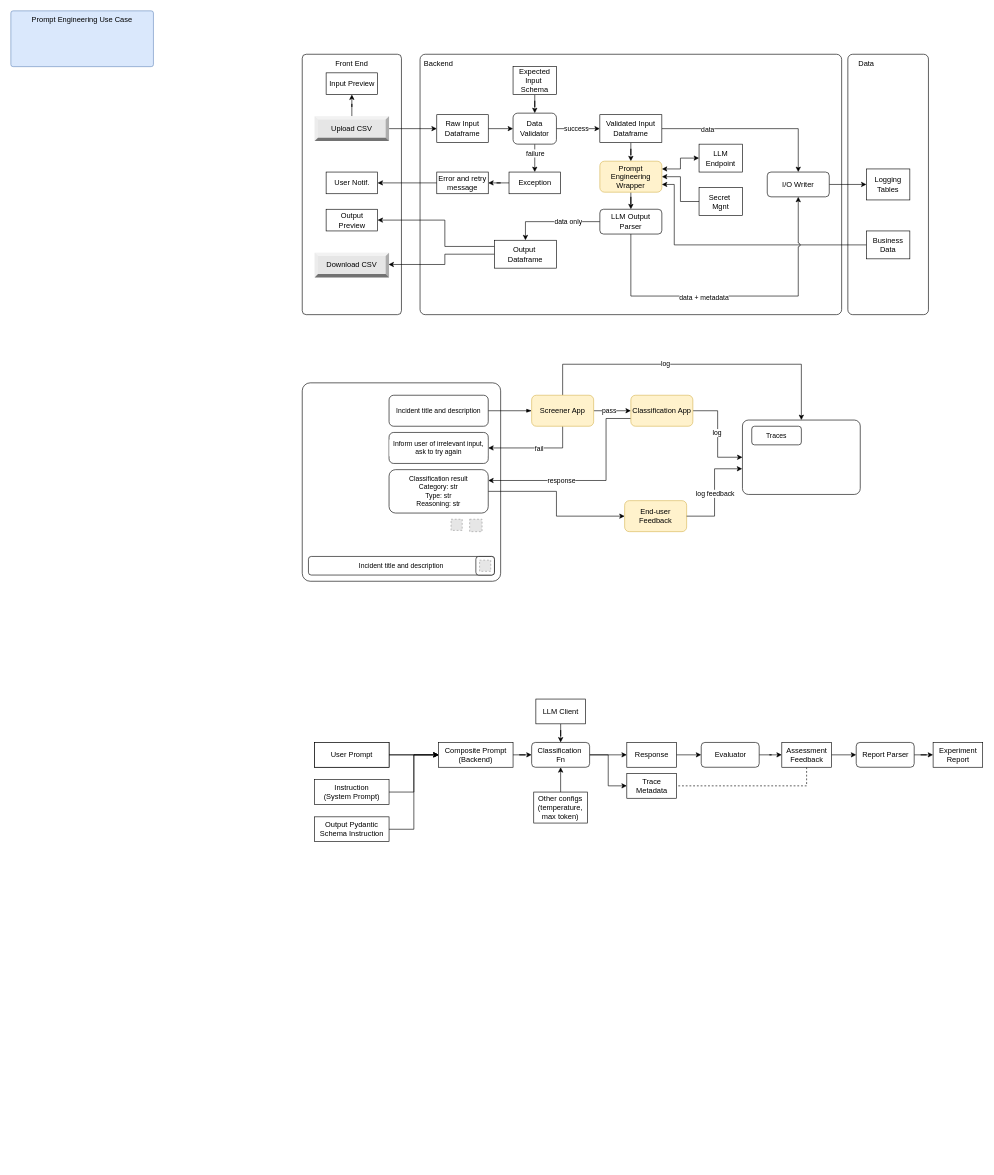
This is page "gims-classification" (1 of 2) of genai-classification.drawio from joshuavaple/draw-io, a draw.io file, before an edit. Source tidied: cells renumbered, new cells numbered last; positions are measured from the earlier drawing's top-left corner, leaving out a move shared by most shapes. Both pictures are drawn from the tidied source at 62%, with x=0, y=0 at pixel (11, 11). Pictures stored in the file or linked from it are replaced by grey dashed boxes.
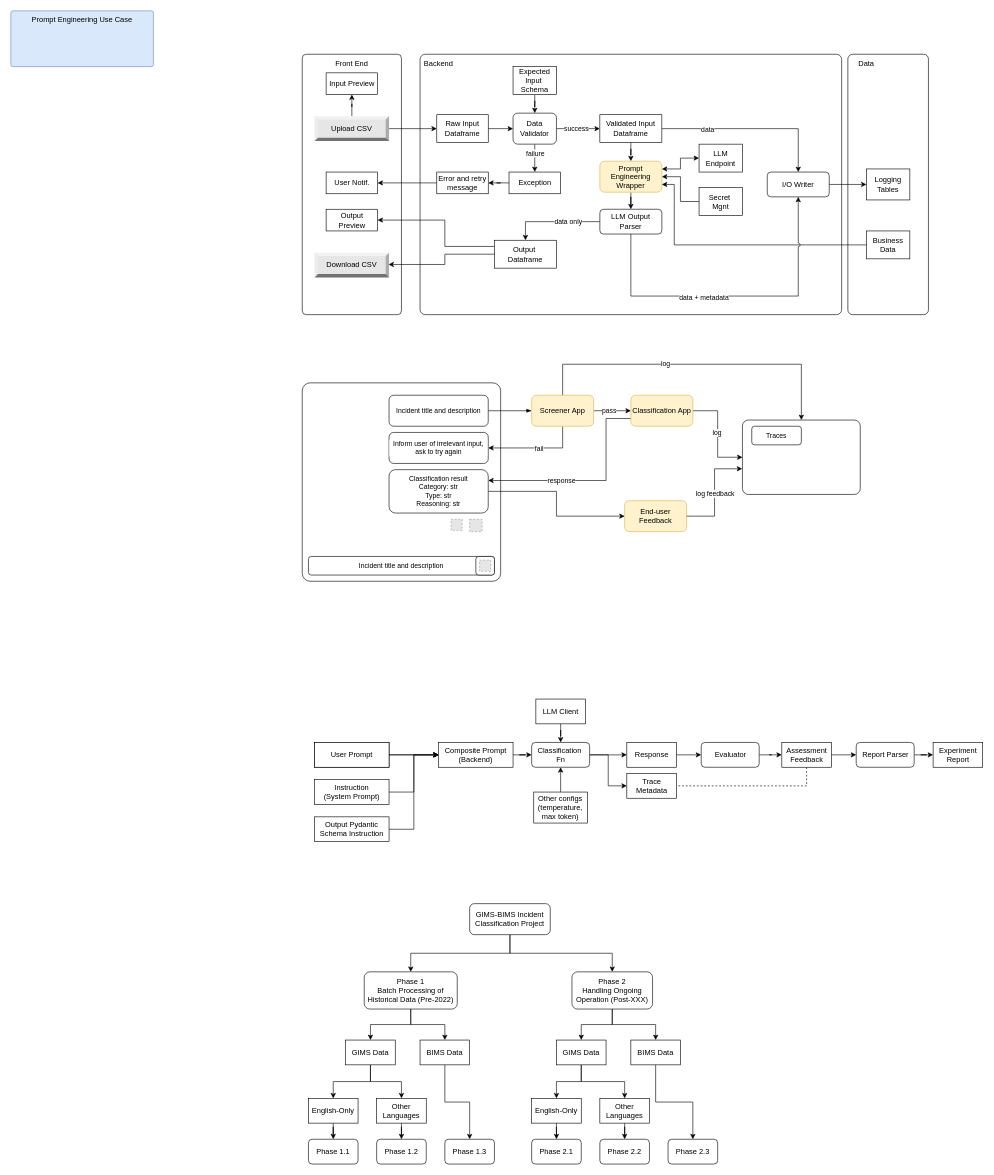
After the change.

Change to the diagram source:
```diff
@@
+    <mxCell id="108" style="edgeStyle=orthogonalEdgeStyle;rounded=0;jettySize=auto;html=1;entryX=0.5;entryY=0;entryDx=0;entryDy=0;" parent="1" edge="1" source="110" target="116">
+      <mxGeometry relative="1" as="geometry" />
+    </mxCell>
+    <mxCell id="109" style="edgeStyle=orthogonalEdgeStyle;rounded=0;jettySize=auto;html=1;" parent="1" edge="1" source="110" target="118">
+      <mxGeometry relative="1" as="geometry" />
+    </mxCell>
+    <mxCell id="110" value="GIMS Data" style="rounded=0;whiteSpace=wrap;html=1;" parent="1" vertex="1">
+      <mxGeometry x="540" y="1660" width="80" height="40" as="geometry" />
+    </mxCell>
+    <mxCell id="111" style="edgeStyle=orthogonalEdgeStyle;rounded=0;jettySize=auto;html=1;entryX=0.5;entryY=0;entryDx=0;entryDy=0;exitX=0.5;exitY=1;exitDx=0;exitDy=0;" parent="1" edge="1" source="138" target="110">
+      <mxGeometry relative="1" as="geometry" />
+    </mxCell>
+    <mxCell id="112" style="edgeStyle=orthogonalEdgeStyle;rounded=0;jettySize=auto;html=1;exitX=0.5;exitY=1;exitDx=0;exitDy=0;" parent="1" edge="1" source="138" target="122">
+      <mxGeometry relative="1" as="geometry" />
+    </mxCell>
+    <mxCell id="113" style="edgeStyle=orthogonalEdgeStyle;rounded=0;jettySize=auto;html=1;entryX=0.5;entryY=0;entryDx=0;entryDy=0;exitX=0.5;exitY=1;exitDx=0;exitDy=0;" parent="1" edge="1" source="139" target="126">
+      <mxGeometry relative="1" as="geometry" />
+    </mxCell>
+    <mxCell id="114" style="edgeStyle=orthogonalEdgeStyle;rounded=0;jettySize=auto;html=1;entryX=0.5;entryY=0;entryDx=0;entryDy=0;exitX=0.5;exitY=1;exitDx=0;exitDy=0;" parent="1" edge="1" source="139" target="128">
+      <mxGeometry relative="1" as="geometry" />
+    </mxCell>
+    <mxCell id="115" style="edgeStyle=orthogonalEdgeStyle;rounded=0;jettySize=auto;html=1;entryX=0.5;entryY=0;entryDx=0;entryDy=0;" parent="1" edge="1" source="116" target="119">
+      <mxGeometry relative="1" as="geometry" />
+    </mxCell>
+    <mxCell id="116" value="English-Only" style="rounded=0;whiteSpace=wrap;html=1;" parent="1" vertex="1">
+      <mxGeometry x="480" y="1754" width="80" height="40" as="geometry" />
+    </mxCell>
+    <mxCell id="117" style="edgeStyle=orthogonalEdgeStyle;rounded=0;jettySize=auto;html=1;entryX=0.5;entryY=0;entryDx=0;entryDy=0;" parent="1" edge="1" source="118" target="120">
+      <mxGeometry relative="1" as="geometry" />
+    </mxCell>
+    <mxCell id="118" value="Other Languages" style="rounded=0;whiteSpace=wrap;html=1;" parent="1" vertex="1">
+      <mxGeometry x="590" y="1754" width="80" height="40" as="geometry" />
+    </mxCell>
+    <mxCell id="119" value="Phase 1.1" style="rounded=1;whiteSpace=wrap;html=1;" parent="1" vertex="1">
+      <mxGeometry x="480" y="1820" width="80" height="40" as="geometry" />
+    </mxCell>
+    <mxCell id="120" value="Phase 1.2" style="rounded=1;whiteSpace=wrap;html=1;" parent="1" vertex="1">
+      <mxGeometry x="590" y="1820" width="80" height="40" as="geometry" />
+    </mxCell>
+    <mxCell id="121" style="edgeStyle=orthogonalEdgeStyle;rounded=0;jettySize=auto;html=1;" parent="1" edge="1" source="122" target="123">
+      <mxGeometry relative="1" as="geometry" />
+    </mxCell>
+    <mxCell id="122" value="BIMS Data" style="rounded=0;whiteSpace=wrap;html=1;" parent="1" vertex="1">
+      <mxGeometry x="660" y="1660" width="80" height="40" as="geometry" />
+    </mxCell>
+    <mxCell id="123" value="Phase 1.3" style="rounded=1;whiteSpace=wrap;html=1;" parent="1" vertex="1">
+      <mxGeometry x="700" y="1820" width="80" height="40" as="geometry" />
+    </mxCell>
+    <mxCell id="124" style="edgeStyle=orthogonalEdgeStyle;rounded=0;jettySize=auto;html=1;entryX=0.5;entryY=0;entryDx=0;entryDy=0;" parent="1" edge="1" source="126" target="130">
+      <mxGeometry relative="1" as="geometry" />
+    </mxCell>
+    <mxCell id="125" style="edgeStyle=orthogonalEdgeStyle;rounded=0;jettySize=auto;html=1;entryX=0.5;entryY=0;entryDx=0;entryDy=0;" parent="1" edge="1" source="126" target="132">
+      <mxGeometry relative="1" as="geometry" />
+    </mxCell>
+    <mxCell id="126" value="GIMS Data" style="rounded=0;whiteSpace=wrap;html=1;" parent="1" vertex="1">
+      <mxGeometry x="880" y="1660" width="80" height="40" as="geometry" />
+    </mxCell>
+    <mxCell id="127" style="edgeStyle=orthogonalEdgeStyle;rounded=0;jettySize=auto;html=1;" parent="1" edge="1" source="128" target="135">
+      <mxGeometry relative="1" as="geometry" />
+    </mxCell>
+    <mxCell id="128" value="BIMS Data" style="rounded=0;whiteSpace=wrap;html=1;" parent="1" vertex="1">
+      <mxGeometry x="1000" y="1660" width="80" height="40" as="geometry" />
+    </mxCell>
+    <mxCell id="129" style="edgeStyle=orthogonalEdgeStyle;rounded=0;jettySize=auto;html=1;entryX=0.5;entryY=0;entryDx=0;entryDy=0;" parent="1" edge="1" source="130" target="133">
+      <mxGeometry relative="1" as="geometry" />
+    </mxCell>
+    <mxCell id="130" value="English-Only" style="rounded=0;whiteSpace=wrap;html=1;" parent="1" vertex="1">
+      <mxGeometry x="840" y="1754" width="80" height="40" as="geometry" />
+    </mxCell>
+    <mxCell id="131" style="edgeStyle=orthogonalEdgeStyle;rounded=0;jettySize=auto;html=1;entryX=0.5;entryY=0;entryDx=0;entryDy=0;" parent="1" edge="1" source="132" target="134">
+      <mxGeometry relative="1" as="geometry" />
+    </mxCell>
+    <mxCell id="132" value="Other Languages" style="rounded=0;whiteSpace=wrap;html=1;" parent="1" vertex="1">
+      <mxGeometry x="950" y="1754" width="80" height="40" as="geometry" />
+    </mxCell>
+    <mxCell id="133" value="Phase 2.1" style="rounded=1;whiteSpace=wrap;html=1;" parent="1" vertex="1">
+      <mxGeometry x="840" y="1820" width="80" height="40" as="geometry" />
+    </mxCell>
+    <mxCell id="134" value="Phase 2.2" style="rounded=1;whiteSpace=wrap;html=1;" parent="1" vertex="1">
+      <mxGeometry x="950" y="1820" width="80" height="40" as="geometry" />
+    </mxCell>
+    <mxCell id="135" value="Phase 2.3" style="rounded=1;whiteSpace=wrap;html=1;" parent="1" vertex="1">
+      <mxGeometry x="1060" y="1820" width="80" height="40" as="geometry" />
+    </mxCell>
+    <mxCell id="136" style="edgeStyle=orthogonalEdgeStyle;rounded=0;jettySize=auto;html=1;entryX=0.5;entryY=0;entryDx=0;entryDy=0;exitX=0.5;exitY=1;exitDx=0;exitDy=0;" parent="1" edge="1" source="140" target="138">
+      <mxGeometry relative="1" as="geometry" />
+    </mxCell>
+    <mxCell id="137" style="edgeStyle=orthogonalEdgeStyle;rounded=0;jettySize=auto;html=1;exitX=0.5;exitY=1;exitDx=0;exitDy=0;" parent="1" edge="1" source="140" target="139">
+      <mxGeometry relative="1" as="geometry" />
+    </mxCell>
+    <mxCell id="138" value="Phase 1&lt;div&gt;Batch Processing of Historical Data (&lt;span style=&quot;background-color: transparent; color: light-dark(rgb(0, 0, 0), rgb(255, 255, 255));&quot;&gt;Pre-2022)&lt;/span&gt;&lt;/div&gt;" style="rounded=1;whiteSpace=wrap;html=1;" parent="1" vertex="1">
+      <mxGeometry x="570" y="1550" width="150" height="60" as="geometry" />
+    </mxCell>
+    <mxCell id="139" value="Phase 2&lt;div&gt;Handling Ongoing Operation (Post-XXX)&lt;/div&gt;" style="rounded=1;whiteSpace=wrap;html=1;" parent="1" vertex="1">
+      <mxGeometry x="905" y="1550" width="130" height="60" as="geometry" />
+    </mxCell>
+    <mxCell id="140" value="GIMS-BIMS Incident Classification Project" style="rounded=1;whiteSpace=wrap;html=1;" parent="1" vertex="1">
+      <mxGeometry x="740" y="1440" width="130" height="50" as="geometry" />
+    </mxCell>
```
